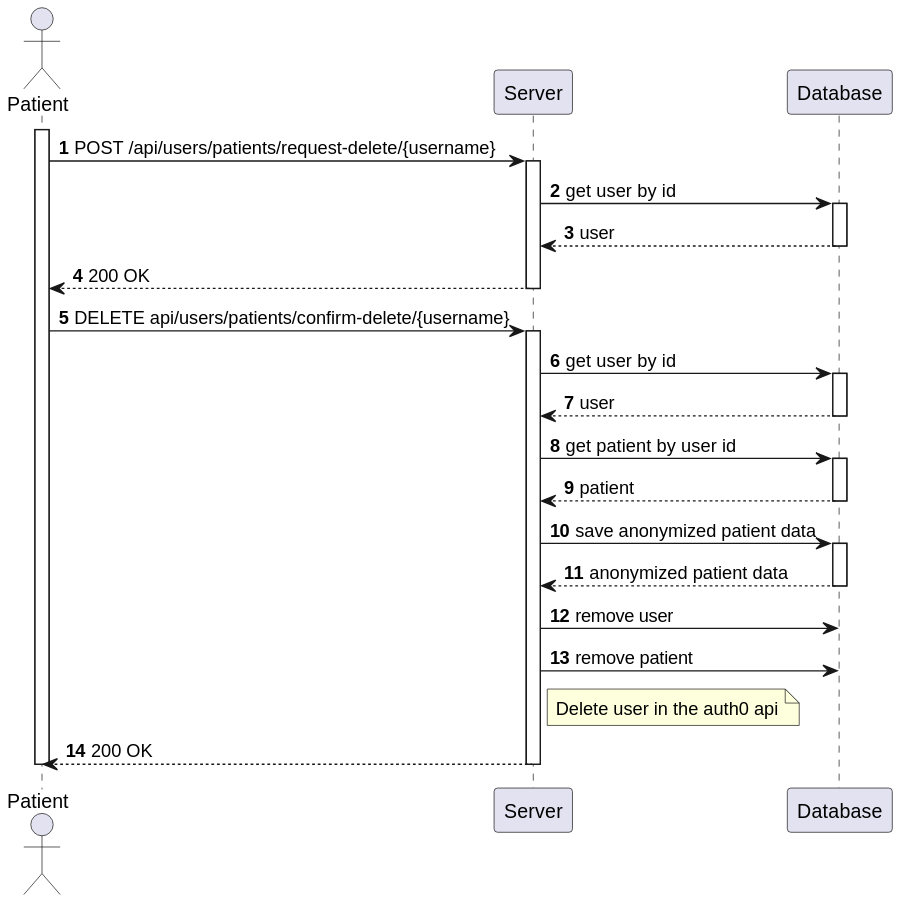
Earlier version of the PlantUML export docs/sprint-a/us-5.1.5/views/level3/process-view.svg (1220846/sem5pi-24-25-3ddg20).
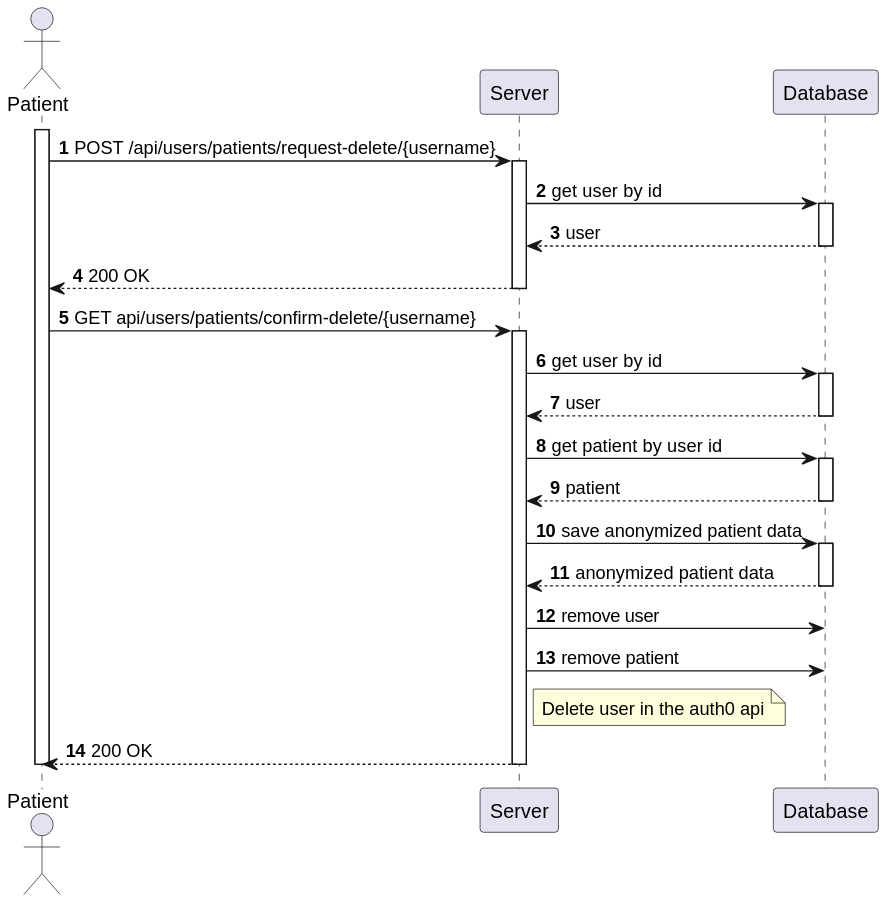
The same diagram one commit later.

Change to the diagram source:
```diff
@@ -22,7 +22,7 @@
 
     deactivate Server
 
-    Patient-> Server : DELETE api/users/patients/confirm-delete/{username}
+    Patient-> Server : GET api/users/patients/confirm-delete/{username}
 
     activate Server
 
```
